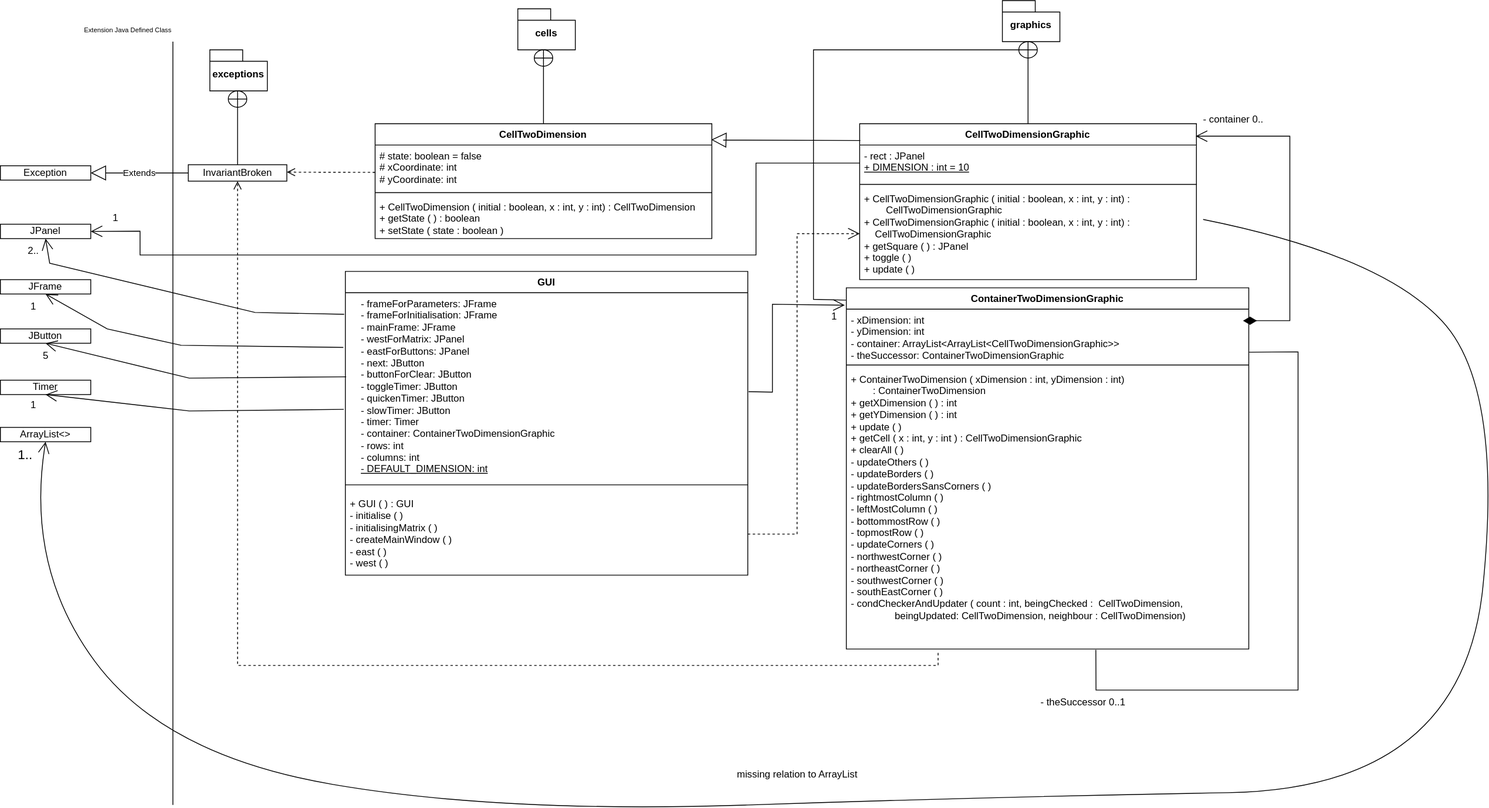
SneakyGremlin/GameOfLifePublic keeps this draw.io diagram as GameOfLifePublicUMLDiagram.svg. Above is the earlier version. Source tidied: cells renumbered, new cells last; positions are measured from the earlier drawing's top-left corner, leaving out a move shared by most shapes.
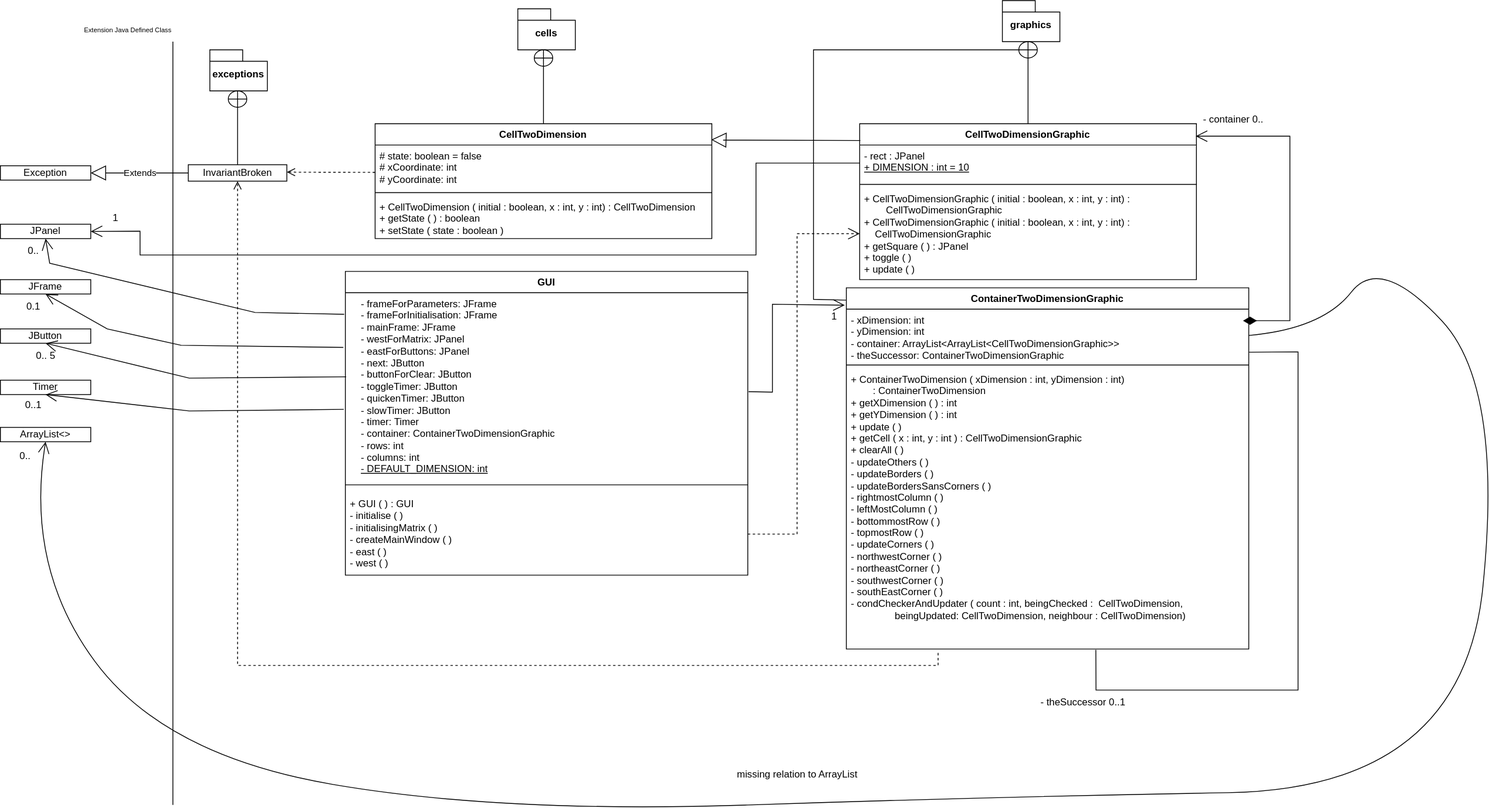
Later version of the same file.

The edit, as a diff of the source:
```diff
@@ -187,7 +187,7 @@
         </Array>
       </mxGeometry>
     </mxCell>
-    <mxCell id="47" value="2.." style="text;html=1;align=center;verticalAlign=middle;strokeColor=none;fillColor=none;" parent="1" vertex="1">
+    <mxCell id="47" value="0.." style="text;html=1;align=center;verticalAlign=middle;strokeColor=none;fillColor=none;" parent="1" vertex="1">
       <mxGeometry x="20" y="290" width="40" height="30" as="geometry" />
     </mxCell>
     <mxCell id="48" style="endArrow=open;endFill=1;endSize=12;html=1;rounded=0;exitX=-0.005;exitY=0.297;exitDx=0;exitDy=0;exitPerimeter=0;entryX=0.5;entryY=1;entryDx=0;entryDy=0;" parent="1" edge="1" source="38" target="41">
@@ -198,8 +198,8 @@
         </Array>
       </mxGeometry>
     </mxCell>
-    <mxCell id="49" value="1" style="text;html=1;align=center;verticalAlign=middle;strokeColor=none;fillColor=none;" parent="1" vertex="1">
-      <mxGeometry x="25" y="357.5" width="30" height="30" as="geometry" />
+    <mxCell id="49" value="0.1" style="text;html=1;align=center;verticalAlign=middle;strokeColor=none;fillColor=none;" parent="1" vertex="1">
+      <mxGeometry x="20" y="357.5" width="40" height="30" as="geometry" />
     </mxCell>
     <mxCell id="50" style="endArrow=open;endFill=1;endSize=12;html=1;rounded=0;exitX=0.002;exitY=0.457;exitDx=0;exitDy=0;exitPerimeter=0;entryX=0.5;entryY=1;entryDx=0;entryDy=0;" parent="1" edge="1" source="38" target="42">
       <mxGeometry relative="1" as="geometry">
@@ -208,8 +208,8 @@
         </Array>
       </mxGeometry>
     </mxCell>
-    <mxCell id="51" value="5" style="text;html=1;align=center;verticalAlign=middle;strokeColor=none;fillColor=none;" parent="1" vertex="1">
-      <mxGeometry x="40" y="417.5" width="30" height="30" as="geometry" />
+    <mxCell id="51" value="0.. 5" style="text;html=1;align=center;verticalAlign=middle;strokeColor=none;fillColor=none;" parent="1" vertex="1">
+      <mxGeometry x="30" y="417.5" width="50" height="30" as="geometry" />
     </mxCell>
     <mxCell id="52" style="endArrow=open;endFill=1;endSize=12;html=1;rounded=0;exitX=-0.004;exitY=0.634;exitDx=0;exitDy=0;exitPerimeter=0;entryX=0.5;entryY=1;entryDx=0;entryDy=0;" parent="1" edge="1" source="38" target="43">
       <mxGeometry relative="1" as="geometry">
@@ -218,8 +218,8 @@
         </Array>
       </mxGeometry>
     </mxCell>
-    <mxCell id="53" value="1" style="text;html=1;align=center;verticalAlign=middle;strokeColor=none;fillColor=none;" parent="1" vertex="1">
-      <mxGeometry x="25" y="478" width="30" height="30" as="geometry" />
+    <mxCell id="53" value="0..1" style="text;html=1;align=center;verticalAlign=middle;strokeColor=none;fillColor=none;" parent="1" vertex="1">
+      <mxGeometry x="20" y="478" width="40" height="30" as="geometry" />
     </mxCell>
     <mxCell id="54" style="endArrow=open;endFill=1;endSize=12;html=1;rounded=0;exitX=1.002;exitY=0.538;exitDx=0;exitDy=0;exitPerimeter=0;entryX=-0.004;entryY=0.048;entryDx=0;entryDy=0;entryPerimeter=0;" parent="1" edge="1" source="38" target="27">
       <mxGeometry relative="1" as="geometry">
@@ -246,9 +246,10 @@
     <mxCell id="58" value="ArrayList&amp;lt;&amp;gt;" style="html=1;whiteSpace=wrap;" parent="1" vertex="1">
       <mxGeometry y="520" width="110" height="17.5" as="geometry" />
     </mxCell>
-    <mxCell id="59" style="endArrow=open;endFill=1;endSize=12;html=1;rounded=0;fontSize=12;curved=1;entryX=0.5;entryY=1;entryDx=0;entryDy=0;exitX=1.02;exitY=0.345;exitDx=0;exitDy=0;exitPerimeter=0;" parent="1" edge="1" source="22" target="58">
+    <mxCell id="59" style="endArrow=open;endFill=1;endSize=12;html=1;rounded=0;fontSize=12;curved=1;entryX=0.5;entryY=1;entryDx=0;entryDy=0;exitX=1;exitY=0.5;exitDx=0;exitDy=0;" parent="1" edge="1" source="28" target="58">
       <mxGeometry relative="1" as="geometry">
         <Array as="points">
+          <mxPoint x="1610" y="400" />
           <mxPoint x="1680" y="310" />
           <mxPoint x="1830" y="470" />
           <mxPoint x="1780" y="960" />
@@ -259,7 +260,7 @@
         </Array>
       </mxGeometry>
     </mxCell>
-    <mxCell id="60" value="1.." style="text;html=1;align=center;verticalAlign=middle;strokeColor=none;fillColor=none;fontSize=16;" parent="1" vertex="1">
+    <mxCell id="60" value="&lt;font style=&quot;font-size: 12px;&quot;&gt;0..&lt;/font&gt;" style="text;html=1;align=center;verticalAlign=middle;strokeColor=none;fillColor=none;fontSize=16;" parent="1" vertex="1">
       <mxGeometry x="10" y="538" width="40" height="30" as="geometry" />
     </mxCell>
   </root>
```
